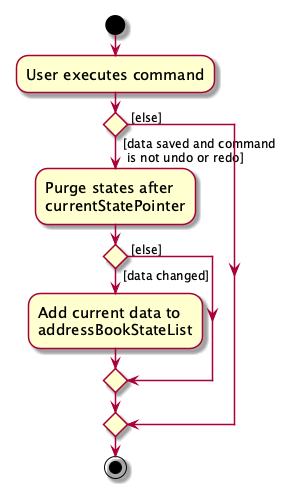
This is docs/images/CommitActivityDiagram.png from liownahum/tp, a PlantUML export, as it was before one commit. The source it was exported from:
```plantuml
@startuml
skin rose
skinparam ActivityFontSize 15
skinparam ArrowFontSize 12
start
:User executes command;


if () then ( [data saved and command\n  is not undo or redo])
    :Purge states after
    currentStatePointer;
    if () then ( [data changed])
        :Add current data to
        addressBookStateList;
    else ( [else])
    endif
else ( [else])
endif
stop
@enduml
```
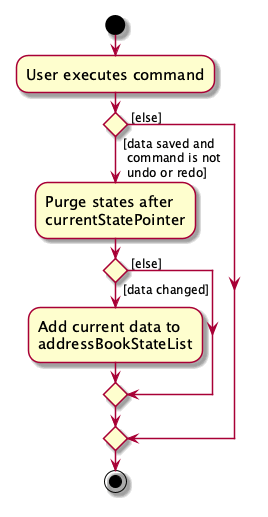
The same diagram one commit later.

What changed in the source:
```diff
@@ -6,7 +6,7 @@
 :User executes command;
 
 
-if () then ( [data saved and command\n  is not undo or redo])
+if () then ( [data saved and\n  command is not\n  undo or redo]\n )
     :Purge states after
     currentStatePointer;
     if () then ( [data changed])
```
